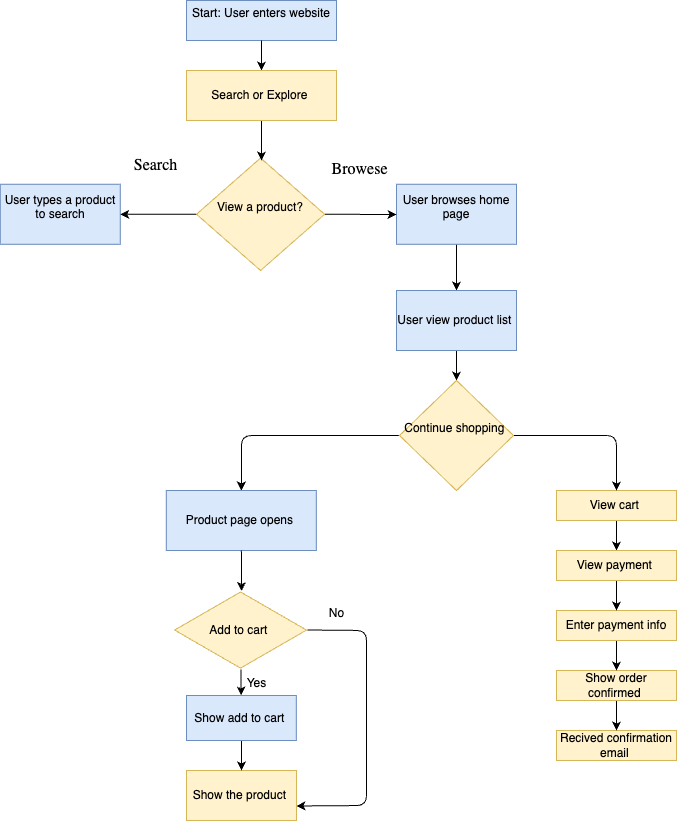
Above: explore/diagramming/diagram.drawio.png in Samat4E/sp25-cse110-lab4 (draw.io), before the change. Source tidied: cells renumbered, new cells last; positions are measured from the earlier drawing's top-left corner, leaving out a move shared by most shapes. The source it was exported from:
```xml
<mxGraphModel>
  <root>
    <mxCell id="0" />
    <mxCell id="1" parent="0" />
    <mxCell id="2" value="&lt;div&gt;&lt;font color=&quot;#000000&quot;&gt;Start: User enters website&lt;/font&gt;&lt;/div&gt;&lt;div&gt;&lt;br&gt;&lt;/div&gt;" style="rounded=0;whiteSpace=wrap;html=1;fillColor=#dae8fc;strokeColor=#6c8ebf;" parent="1" vertex="1">
      <mxGeometry x="186" width="150" height="40" as="geometry" />
    </mxCell>
    <mxCell id="3" value="&lt;span style=&quot;caret-color: rgb(0, 0, 0); color: rgb(0, 0, 0); font-family: -webkit-standard; font-size: medium; text-align: start; text-wrap-mode: wrap;&quot;&gt;Search&lt;/span&gt;" style="text;html=1;align=center;verticalAlign=middle;strokeColor=none;fillColor=none;" parent="1" vertex="1">
      <mxGeometry x="119.8" y="150" width="70" height="30" as="geometry" />
    </mxCell>
    <mxCell id="4" value="&lt;span style=&quot;caret-color: rgb(0, 0, 0); color: rgb(0, 0, 0); font-family: -webkit-standard; font-size: medium; text-align: start; text-wrap-mode: wrap;&quot;&gt;Browese&lt;/span&gt;" style="text;html=1;align=center;verticalAlign=middle;strokeColor=none;fillColor=none;" parent="1" vertex="1">
      <mxGeometry x="319.1" y="153.8" width="80" height="30" as="geometry" />
    </mxCell>
    <mxCell id="5" style="edgeStyle=none;html=1;exitX=0.5;exitY=1;exitDx=0;exitDy=0;entryX=0.5;entryY=0;entryDx=0;entryDy=0;" parent="1" edge="1" source="6" target="15">
      <mxGeometry relative="1" as="geometry" />
    </mxCell>
    <mxCell id="6" value="&lt;div&gt;&lt;font color=&quot;#000000&quot;&gt;User browses home page&lt;/font&gt;&lt;/div&gt;&lt;div&gt;&lt;br&gt;&lt;/div&gt;" style="rounded=0;whiteSpace=wrap;html=1;fillColor=#dae8fc;strokeColor=#6c8ebf;" parent="1" vertex="1">
      <mxGeometry x="396" y="183.8" width="120" height="60" as="geometry" />
    </mxCell>
    <mxCell id="7" value="&lt;div&gt;&lt;font color=&quot;#000000&quot;&gt;User types a product to search&lt;/font&gt;&lt;/div&gt;&lt;div&gt;&lt;br&gt;&lt;/div&gt;" style="rounded=0;whiteSpace=wrap;html=1;fillColor=#dae8fc;strokeColor=#6c8ebf;" parent="1" vertex="1">
      <mxGeometry x="-0.2" y="183.8" width="120" height="60" as="geometry" />
    </mxCell>
    <mxCell id="8" style="edgeStyle=none;html=1;exitX=1;exitY=0.5;exitDx=0;exitDy=0;" parent="1" edge="1" source="10">
      <mxGeometry relative="1" as="geometry">
        <mxPoint x="396" y="214" as="targetPoint" />
      </mxGeometry>
    </mxCell>
    <mxCell id="9" style="edgeStyle=none;html=1;exitX=0;exitY=0.5;exitDx=0;exitDy=0;entryX=1;entryY=0.5;entryDx=0;entryDy=0;" parent="1" edge="1" source="10" target="7">
      <mxGeometry relative="1" as="geometry" />
    </mxCell>
    <mxCell id="10" value="&lt;div&gt;&lt;font color=&quot;#000000&quot;&gt;View a product?&lt;/font&gt;&lt;/div&gt;&lt;div&gt;&lt;br&gt;&lt;/div&gt;" style="rhombus;whiteSpace=wrap;html=1;fillColor=#fff2cc;strokeColor=#d6b656;" parent="1" vertex="1">
      <mxGeometry x="196" y="157.5" width="128.1" height="112.5" as="geometry" />
    </mxCell>
    <mxCell id="11" style="edgeStyle=none;html=1;exitX=0.5;exitY=1;exitDx=0;exitDy=0;" parent="1" edge="1" source="2">
      <mxGeometry relative="1" as="geometry">
        <mxPoint x="261" y="70" as="targetPoint" />
      </mxGeometry>
    </mxCell>
    <mxCell id="12" style="edgeStyle=none;html=1;" parent="1" edge="1" source="13">
      <mxGeometry relative="1" as="geometry">
        <mxPoint x="261" y="160" as="targetPoint" />
      </mxGeometry>
    </mxCell>
    <mxCell id="13" value="Search or Explore&amp;nbsp;" style="rounded=0;whiteSpace=wrap;html=1;fillColor=#fff2cc;strokeColor=#d6b656;" parent="1" vertex="1">
      <mxGeometry x="186" y="70" width="150" height="50" as="geometry" />
    </mxCell>
    <mxCell id="14" style="edgeStyle=none;html=1;exitX=0.5;exitY=1;exitDx=0;exitDy=0;entryX=0.5;entryY=0;entryDx=0;entryDy=0;" parent="1" edge="1" source="15" target="20">
      <mxGeometry relative="1" as="geometry" />
    </mxCell>
    <mxCell id="15" value="User view product list&amp;nbsp;" style="rounded=0;whiteSpace=wrap;html=1;fillColor=#dae8fc;strokeColor=#6c8ebf;" parent="1" vertex="1">
      <mxGeometry x="396" y="290" width="120" height="60" as="geometry" />
    </mxCell>
    <mxCell id="16" style="edgeStyle=none;html=1;exitX=0.5;exitY=1;exitDx=0;exitDy=0;entryX=0.5;entryY=0;entryDx=0;entryDy=0;" parent="1" edge="1" source="17" target="27">
      <mxGeometry relative="1" as="geometry" />
    </mxCell>
    <mxCell id="17" value="View cart&amp;nbsp;" style="rounded=0;whiteSpace=wrap;html=1;fillColor=#fff2cc;strokeColor=#d6b656;" parent="1" vertex="1">
      <mxGeometry x="556" y="490" width="120" height="30" as="geometry" />
    </mxCell>
    <mxCell id="18" style="edgeStyle=none;html=1;exitX=1;exitY=0.5;exitDx=0;exitDy=0;entryX=0.5;entryY=0;entryDx=0;entryDy=0;" parent="1" edge="1" source="20" target="17">
      <mxGeometry relative="1" as="geometry">
        <Array as="points">
          <mxPoint x="616" y="435" />
        </Array>
      </mxGeometry>
    </mxCell>
    <mxCell id="19" style="edgeStyle=none;html=1;exitX=0;exitY=0.5;exitDx=0;exitDy=0;" parent="1" edge="1" source="20" target="28">
      <mxGeometry relative="1" as="geometry">
        <Array as="points">
          <mxPoint x="241" y="435" />
        </Array>
      </mxGeometry>
    </mxCell>
    <mxCell id="20" value="&lt;div&gt;&lt;font color=&quot;#000000&quot;&gt;Continue shopping&amp;nbsp;&lt;/font&gt;&lt;/div&gt;&lt;div&gt;&lt;br&gt;&lt;/div&gt;" style="rhombus;whiteSpace=wrap;html=1;fillColor=#fff2cc;strokeColor=#d6b656;" parent="1" vertex="1">
      <mxGeometry x="399" y="380" width="114.1" height="110" as="geometry" />
    </mxCell>
    <mxCell id="21" value="Recived confirmation email&amp;nbsp;" style="rounded=0;whiteSpace=wrap;html=1;fillColor=#fff2cc;strokeColor=#d6b656;" parent="1" vertex="1">
      <mxGeometry x="556" y="730" width="120" height="30" as="geometry" />
    </mxCell>
    <mxCell id="22" style="edgeStyle=none;html=1;exitX=0.5;exitY=1;exitDx=0;exitDy=0;entryX=0.5;entryY=0;entryDx=0;entryDy=0;" parent="1" edge="1" source="23" target="21">
      <mxGeometry relative="1" as="geometry" />
    </mxCell>
    <mxCell id="23" value="Show order confirmed&amp;nbsp;" style="rounded=0;whiteSpace=wrap;html=1;fillColor=#fff2cc;strokeColor=#d6b656;" parent="1" vertex="1">
      <mxGeometry x="556" y="670" width="120" height="30" as="geometry" />
    </mxCell>
    <mxCell id="24" style="edgeStyle=none;html=1;" parent="1" edge="1" source="25" target="23">
      <mxGeometry relative="1" as="geometry" />
    </mxCell>
    <mxCell id="25" value="Enter payment info" style="rounded=0;whiteSpace=wrap;html=1;fillColor=#fff2cc;strokeColor=#d6b656;" parent="1" vertex="1">
      <mxGeometry x="556" y="610" width="120" height="30" as="geometry" />
    </mxCell>
    <mxCell id="26" style="edgeStyle=none;html=1;exitX=0.5;exitY=1;exitDx=0;exitDy=0;" parent="1" edge="1" source="27" target="25">
      <mxGeometry relative="1" as="geometry" />
    </mxCell>
    <mxCell id="27" value="View payment&amp;nbsp;" style="rounded=0;whiteSpace=wrap;html=1;fillColor=#fff2cc;strokeColor=#d6b656;" parent="1" vertex="1">
      <mxGeometry x="556" y="550" width="120" height="30" as="geometry" />
    </mxCell>
    <mxCell id="28" value="Product page opens&amp;nbsp;" style="rounded=0;whiteSpace=wrap;html=1;fillColor=#dae8fc;strokeColor=#6c8ebf;" parent="1" vertex="1">
      <mxGeometry x="165.8" y="490" width="150" height="60" as="geometry" />
    </mxCell>
    <mxCell id="29" value="Show the product&amp;nbsp;" style="rounded=0;whiteSpace=wrap;html=1;fillColor=#fff2cc;strokeColor=#d6b656;" parent="1" vertex="1">
      <mxGeometry x="186" y="770" width="110" height="50" as="geometry" />
    </mxCell>
    <mxCell id="30" style="edgeStyle=none;html=1;exitX=0.5;exitY=1;exitDx=0;exitDy=0;entryX=0.5;entryY=0;entryDx=0;entryDy=0;" parent="1" edge="1" source="31" target="29">
      <mxGeometry relative="1" as="geometry" />
    </mxCell>
    <mxCell id="31" value="Show add to cart&amp;nbsp;" style="rounded=0;whiteSpace=wrap;html=1;fillColor=#dae8fc;strokeColor=#6c8ebf;" parent="1" vertex="1">
      <mxGeometry x="186" y="695" width="109.8" height="45" as="geometry" />
    </mxCell>
    <mxCell id="32" style="edgeStyle=none;html=1;" parent="1" edge="1" source="34" target="31">
      <mxGeometry relative="1" as="geometry" />
    </mxCell>
    <mxCell id="33" style="edgeStyle=none;html=1;exitX=1.008;exitY=0.525;exitDx=0;exitDy=0;exitPerimeter=0;entryX=1;entryY=0.75;entryDx=0;entryDy=0;" parent="1" edge="1">
      <mxGeometry relative="1" as="geometry">
        <mxPoint x="307.1" y="629.5" as="sourcePoint" />
        <mxPoint x="296" y="805.5" as="targetPoint" />
        <Array as="points">
          <mxPoint x="366" y="630" />
          <mxPoint x="366" y="805" />
        </Array>
      </mxGeometry>
    </mxCell>
    <mxCell id="34" value="Add to cart&amp;nbsp;" style="html=1;whiteSpace=wrap;shape=isoRectangle;fillColor=#fff2cc;strokeColor=#d6b656;" parent="1" vertex="1">
      <mxGeometry x="174.1" y="590" width="131.9" height="79.1" as="geometry" />
    </mxCell>
    <mxCell id="35" style="edgeStyle=none;html=1;entryX=0.507;entryY=0.007;entryDx=0;entryDy=0;entryPerimeter=0;" parent="1" edge="1" source="28" target="34">
      <mxGeometry relative="1" as="geometry" />
    </mxCell>
    <mxCell id="36" value="Yes" style="text;html=1;align=center;verticalAlign=middle;strokeColor=none;fillColor=none;" parent="1" vertex="1">
      <mxGeometry x="236" y="668" width="40" height="30" as="geometry" />
    </mxCell>
    <mxCell id="37" value="No" style="text;html=1;align=center;verticalAlign=middle;strokeColor=none;fillColor=none;" parent="1" vertex="1">
      <mxGeometry x="316" y="598" width="40" height="30" as="geometry" />
    </mxCell>
  </root>
</mxGraphModel>
```
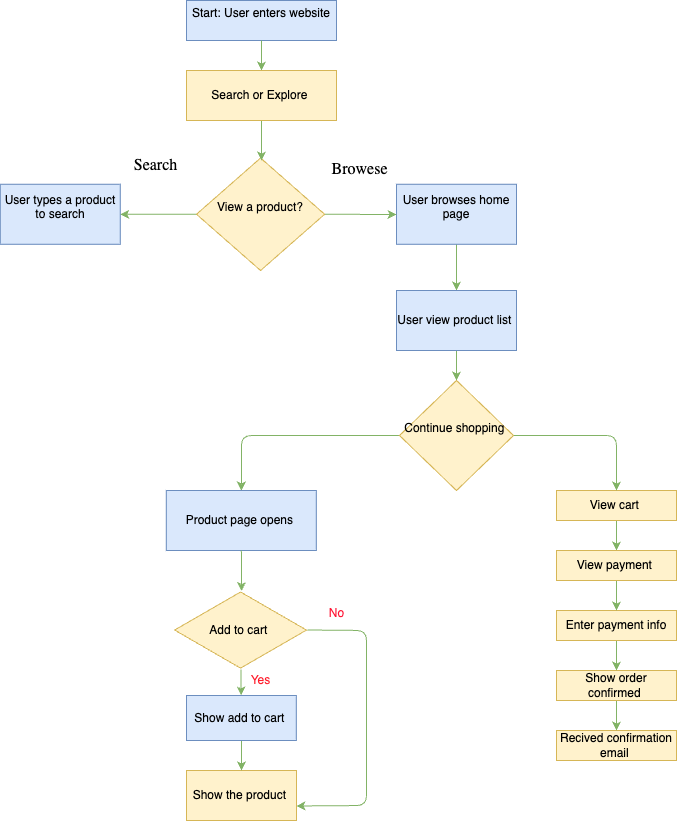
Above is the later version.

Commit message:
Add shopping site flowchart diagram

The edit, as a diff of the source:
```diff
@@ -11,7 +11,7 @@
     <mxCell id="4" value="&lt;span style=&quot;caret-color: rgb(0, 0, 0); color: rgb(0, 0, 0); font-family: -webkit-standard; font-size: medium; text-align: start; text-wrap-mode: wrap;&quot;&gt;Browese&lt;/span&gt;" style="text;html=1;align=center;verticalAlign=middle;strokeColor=none;fillColor=none;" parent="1" vertex="1">
       <mxGeometry x="319.1" y="153.8" width="80" height="30" as="geometry" />
     </mxCell>
-    <mxCell id="5" style="edgeStyle=none;html=1;exitX=0.5;exitY=1;exitDx=0;exitDy=0;entryX=0.5;entryY=0;entryDx=0;entryDy=0;" parent="1" edge="1" source="6" target="15">
+    <mxCell id="5" style="edgeStyle=none;html=1;exitX=0.5;exitY=1;exitDx=0;exitDy=0;entryX=0.5;entryY=0;entryDx=0;entryDy=0;fillColor=#d5e8d4;strokeColor=#82b366;" parent="1" edge="1" source="6" target="15">
       <mxGeometry relative="1" as="geometry" />
     </mxCell>
     <mxCell id="6" value="&lt;div&gt;&lt;font color=&quot;#000000&quot;&gt;User browses home page&lt;/font&gt;&lt;/div&gt;&lt;div&gt;&lt;br&gt;&lt;/div&gt;" style="rounded=0;whiteSpace=wrap;html=1;fillColor=#dae8fc;strokeColor=#6c8ebf;" parent="1" vertex="1">
@@ -20,23 +20,23 @@
     <mxCell id="7" value="&lt;div&gt;&lt;font color=&quot;#000000&quot;&gt;User types a product to search&lt;/font&gt;&lt;/div&gt;&lt;div&gt;&lt;br&gt;&lt;/div&gt;" style="rounded=0;whiteSpace=wrap;html=1;fillColor=#dae8fc;strokeColor=#6c8ebf;" parent="1" vertex="1">
       <mxGeometry x="-0.2" y="183.8" width="120" height="60" as="geometry" />
     </mxCell>
-    <mxCell id="8" style="edgeStyle=none;html=1;exitX=1;exitY=0.5;exitDx=0;exitDy=0;" parent="1" edge="1" source="10">
+    <mxCell id="8" style="edgeStyle=none;html=1;exitX=1;exitY=0.5;exitDx=0;exitDy=0;fillColor=#d5e8d4;strokeColor=#82b366;" parent="1" edge="1" source="10">
       <mxGeometry relative="1" as="geometry">
         <mxPoint x="396" y="214" as="targetPoint" />
       </mxGeometry>
     </mxCell>
-    <mxCell id="9" style="edgeStyle=none;html=1;exitX=0;exitY=0.5;exitDx=0;exitDy=0;entryX=1;entryY=0.5;entryDx=0;entryDy=0;" parent="1" edge="1" source="10" target="7">
+    <mxCell id="9" style="edgeStyle=none;html=1;exitX=0;exitY=0.5;exitDx=0;exitDy=0;entryX=1;entryY=0.5;entryDx=0;entryDy=0;fillColor=#d5e8d4;strokeColor=#82b366;" parent="1" edge="1" source="10" target="7">
       <mxGeometry relative="1" as="geometry" />
     </mxCell>
     <mxCell id="10" value="&lt;div&gt;&lt;font color=&quot;#000000&quot;&gt;View a product?&lt;/font&gt;&lt;/div&gt;&lt;div&gt;&lt;br&gt;&lt;/div&gt;" style="rhombus;whiteSpace=wrap;html=1;fillColor=#fff2cc;strokeColor=#d6b656;" parent="1" vertex="1">
       <mxGeometry x="196" y="157.5" width="128.1" height="112.5" as="geometry" />
     </mxCell>
-    <mxCell id="11" style="edgeStyle=none;html=1;exitX=0.5;exitY=1;exitDx=0;exitDy=0;" parent="1" edge="1" source="2">
+    <mxCell id="11" style="edgeStyle=none;html=1;exitX=0.5;exitY=1;exitDx=0;exitDy=0;fillColor=#d5e8d4;strokeColor=#82b366;" parent="1" edge="1" source="2">
       <mxGeometry relative="1" as="geometry">
         <mxPoint x="261" y="70" as="targetPoint" />
       </mxGeometry>
     </mxCell>
-    <mxCell id="12" style="edgeStyle=none;html=1;" parent="1" edge="1" source="13">
+    <mxCell id="12" style="edgeStyle=none;html=1;fillColor=#d5e8d4;strokeColor=#82b366;" parent="1" edge="1" source="13">
       <mxGeometry relative="1" as="geometry">
         <mxPoint x="261" y="160" as="targetPoint" />
       </mxGeometry>
@@ -44,26 +44,26 @@
     <mxCell id="13" value="Search or Explore&amp;nbsp;" style="rounded=0;whiteSpace=wrap;html=1;fillColor=#fff2cc;strokeColor=#d6b656;" parent="1" vertex="1">
       <mxGeometry x="186" y="70" width="150" height="50" as="geometry" />
     </mxCell>
-    <mxCell id="14" style="edgeStyle=none;html=1;exitX=0.5;exitY=1;exitDx=0;exitDy=0;entryX=0.5;entryY=0;entryDx=0;entryDy=0;" parent="1" edge="1" source="15" target="20">
+    <mxCell id="14" style="edgeStyle=none;html=1;exitX=0.5;exitY=1;exitDx=0;exitDy=0;entryX=0.5;entryY=0;entryDx=0;entryDy=0;fillColor=#d5e8d4;strokeColor=#82b366;" parent="1" edge="1" source="15" target="20">
       <mxGeometry relative="1" as="geometry" />
     </mxCell>
     <mxCell id="15" value="User view product list&amp;nbsp;" style="rounded=0;whiteSpace=wrap;html=1;fillColor=#dae8fc;strokeColor=#6c8ebf;" parent="1" vertex="1">
       <mxGeometry x="396" y="290" width="120" height="60" as="geometry" />
     </mxCell>
-    <mxCell id="16" style="edgeStyle=none;html=1;exitX=0.5;exitY=1;exitDx=0;exitDy=0;entryX=0.5;entryY=0;entryDx=0;entryDy=0;" parent="1" edge="1" source="17" target="27">
+    <mxCell id="16" style="edgeStyle=none;html=1;exitX=0.5;exitY=1;exitDx=0;exitDy=0;entryX=0.5;entryY=0;entryDx=0;entryDy=0;fillColor=#d5e8d4;strokeColor=#82b366;" parent="1" edge="1" source="17" target="27">
       <mxGeometry relative="1" as="geometry" />
     </mxCell>
     <mxCell id="17" value="View cart&amp;nbsp;" style="rounded=0;whiteSpace=wrap;html=1;fillColor=#fff2cc;strokeColor=#d6b656;" parent="1" vertex="1">
       <mxGeometry x="556" y="490" width="120" height="30" as="geometry" />
     </mxCell>
-    <mxCell id="18" style="edgeStyle=none;html=1;exitX=1;exitY=0.5;exitDx=0;exitDy=0;entryX=0.5;entryY=0;entryDx=0;entryDy=0;" parent="1" edge="1" source="20" target="17">
+    <mxCell id="18" style="edgeStyle=none;html=1;exitX=1;exitY=0.5;exitDx=0;exitDy=0;entryX=0.5;entryY=0;entryDx=0;entryDy=0;fillColor=#d5e8d4;strokeColor=#82b366;" parent="1" edge="1" source="20" target="17">
       <mxGeometry relative="1" as="geometry">
         <Array as="points">
           <mxPoint x="616" y="435" />
         </Array>
       </mxGeometry>
     </mxCell>
-    <mxCell id="19" style="edgeStyle=none;html=1;exitX=0;exitY=0.5;exitDx=0;exitDy=0;" parent="1" edge="1" source="20" target="28">
+    <mxCell id="19" style="edgeStyle=none;html=1;exitX=0;exitY=0.5;exitDx=0;exitDy=0;fillColor=#d5e8d4;strokeColor=#82b366;" parent="1" edge="1" source="20" target="28">
       <mxGeometry relative="1" as="geometry">
         <Array as="points">
           <mxPoint x="241" y="435" />
@@ -76,19 +76,19 @@
     <mxCell id="21" value="Recived confirmation email&amp;nbsp;" style="rounded=0;whiteSpace=wrap;html=1;fillColor=#fff2cc;strokeColor=#d6b656;" parent="1" vertex="1">
       <mxGeometry x="556" y="730" width="120" height="30" as="geometry" />
     </mxCell>
-    <mxCell id="22" style="edgeStyle=none;html=1;exitX=0.5;exitY=1;exitDx=0;exitDy=0;entryX=0.5;entryY=0;entryDx=0;entryDy=0;" parent="1" edge="1" source="23" target="21">
+    <mxCell id="22" style="edgeStyle=none;html=1;exitX=0.5;exitY=1;exitDx=0;exitDy=0;entryX=0.5;entryY=0;entryDx=0;entryDy=0;fillColor=#d5e8d4;strokeColor=#82b366;" parent="1" edge="1" source="23" target="21">
       <mxGeometry relative="1" as="geometry" />
     </mxCell>
     <mxCell id="23" value="Show order confirmed&amp;nbsp;" style="rounded=0;whiteSpace=wrap;html=1;fillColor=#fff2cc;strokeColor=#d6b656;" parent="1" vertex="1">
       <mxGeometry x="556" y="670" width="120" height="30" as="geometry" />
     </mxCell>
-    <mxCell id="24" style="edgeStyle=none;html=1;" parent="1" edge="1" source="25" target="23">
+    <mxCell id="24" style="edgeStyle=none;html=1;fillColor=#d5e8d4;strokeColor=#82b366;" parent="1" edge="1" source="25" target="23">
       <mxGeometry relative="1" as="geometry" />
     </mxCell>
     <mxCell id="25" value="Enter payment info" style="rounded=0;whiteSpace=wrap;html=1;fillColor=#fff2cc;strokeColor=#d6b656;" parent="1" vertex="1">
       <mxGeometry x="556" y="610" width="120" height="30" as="geometry" />
     </mxCell>
-    <mxCell id="26" style="edgeStyle=none;html=1;exitX=0.5;exitY=1;exitDx=0;exitDy=0;" parent="1" edge="1" source="27" target="25">
+    <mxCell id="26" style="edgeStyle=none;html=1;exitX=0.5;exitY=1;exitDx=0;exitDy=0;fillColor=#d5e8d4;strokeColor=#82b366;" parent="1" edge="1" source="27" target="25">
       <mxGeometry relative="1" as="geometry" />
     </mxCell>
     <mxCell id="27" value="View payment&amp;nbsp;" style="rounded=0;whiteSpace=wrap;html=1;fillColor=#fff2cc;strokeColor=#d6b656;" parent="1" vertex="1">
@@ -100,16 +100,16 @@
     <mxCell id="29" value="Show the product&amp;nbsp;" style="rounded=0;whiteSpace=wrap;html=1;fillColor=#fff2cc;strokeColor=#d6b656;" parent="1" vertex="1">
       <mxGeometry x="186" y="770" width="110" height="50" as="geometry" />
     </mxCell>
-    <mxCell id="30" style="edgeStyle=none;html=1;exitX=0.5;exitY=1;exitDx=0;exitDy=0;entryX=0.5;entryY=0;entryDx=0;entryDy=0;" parent="1" edge="1" source="31" target="29">
+    <mxCell id="30" style="edgeStyle=none;html=1;exitX=0.5;exitY=1;exitDx=0;exitDy=0;entryX=0.5;entryY=0;entryDx=0;entryDy=0;fillColor=#d5e8d4;strokeColor=#82b366;" parent="1" edge="1" source="31" target="29">
       <mxGeometry relative="1" as="geometry" />
     </mxCell>
     <mxCell id="31" value="Show add to cart&amp;nbsp;" style="rounded=0;whiteSpace=wrap;html=1;fillColor=#dae8fc;strokeColor=#6c8ebf;" parent="1" vertex="1">
       <mxGeometry x="186" y="695" width="109.8" height="45" as="geometry" />
     </mxCell>
-    <mxCell id="32" style="edgeStyle=none;html=1;" parent="1" edge="1" source="34" target="31">
+    <mxCell id="32" style="edgeStyle=none;html=1;fillColor=#d5e8d4;strokeColor=#82b366;" parent="1" edge="1" source="34" target="31">
       <mxGeometry relative="1" as="geometry" />
     </mxCell>
-    <mxCell id="33" style="edgeStyle=none;html=1;exitX=1.008;exitY=0.525;exitDx=0;exitDy=0;exitPerimeter=0;entryX=1;entryY=0.75;entryDx=0;entryDy=0;" parent="1" edge="1">
+    <mxCell id="33" style="edgeStyle=none;html=1;exitX=1.008;exitY=0.525;exitDx=0;exitDy=0;exitPerimeter=0;entryX=1;entryY=0.75;entryDx=0;entryDy=0;fillColor=#d5e8d4;strokeColor=#82b366;" parent="1" edge="1">
       <mxGeometry relative="1" as="geometry">
         <mxPoint x="307.1" y="629.5" as="sourcePoint" />
         <mxPoint x="296" y="805.5" as="targetPoint" />
@@ -122,13 +122,13 @@
     <mxCell id="34" value="Add to cart&amp;nbsp;" style="html=1;whiteSpace=wrap;shape=isoRectangle;fillColor=#fff2cc;strokeColor=#d6b656;" parent="1" vertex="1">
       <mxGeometry x="174.1" y="590" width="131.9" height="79.1" as="geometry" />
     </mxCell>
-    <mxCell id="35" style="edgeStyle=none;html=1;entryX=0.507;entryY=0.007;entryDx=0;entryDy=0;entryPerimeter=0;" parent="1" edge="1" source="28" target="34">
+    <mxCell id="35" style="edgeStyle=none;html=1;entryX=0.507;entryY=0.007;entryDx=0;entryDy=0;entryPerimeter=0;fillColor=#d5e8d4;strokeColor=#82b366;" parent="1" edge="1" source="28" target="34">
       <mxGeometry relative="1" as="geometry" />
     </mxCell>
-    <mxCell id="36" value="Yes" style="text;html=1;align=center;verticalAlign=middle;strokeColor=none;fillColor=none;" parent="1" vertex="1">
-      <mxGeometry x="236" y="668" width="40" height="30" as="geometry" />
+    <mxCell id="36" value="&lt;font style=&quot;color: rgb(255, 30, 45);&quot;&gt;Yes&lt;/font&gt;" style="text;html=1;align=center;verticalAlign=middle;" parent="1" vertex="1">
+      <mxGeometry x="240.1" y="665" width="40" height="30" as="geometry" />
     </mxCell>
-    <mxCell id="37" value="No" style="text;html=1;align=center;verticalAlign=middle;strokeColor=none;fillColor=none;" parent="1" vertex="1">
+    <mxCell id="37" value="&lt;font style=&quot;color: rgb(255, 22, 53);&quot;&gt;No&lt;/font&gt;" style="text;html=1;align=center;verticalAlign=middle;strokeColor=none;fillColor=none;" parent="1" vertex="1">
       <mxGeometry x="316" y="598" width="40" height="30" as="geometry" />
     </mxCell>
   </root>
```
